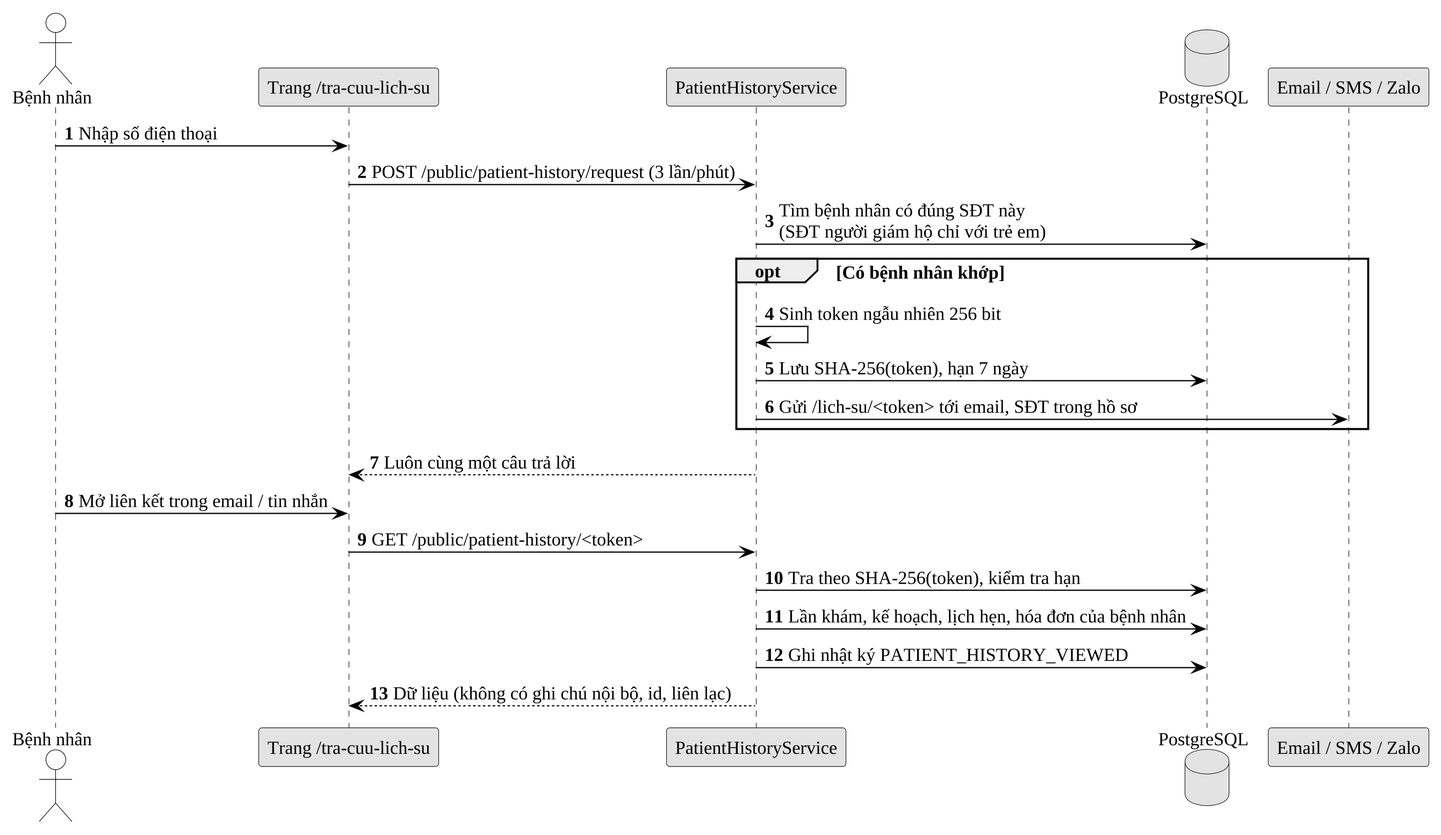
The PlantUML diagram docs/10_Thesis/bao-cao/hinh/3-12-tuan-tu-tra-cuu-lich-su.png in Trantuan0310/dental-clinic-nestjs-react, before a commit. Its diagram source:
```plantuml
@startuml
!include _kieu.iuml
autonumber
actor "Bệnh nhân" as BN
participant "Trang /tra-cuu-lich-su" as FE
participant "PatientHistoryService" as SV
database "PostgreSQL" as DB
participant "Email / SMS / Zalo" as MS
BN -> FE : Nhập số điện thoại
FE -> SV : POST /public/patient-history/request (3 lần/phút)
SV -> DB : Tìm bệnh nhân có đúng SĐT này\n(SĐT người giám hộ chỉ với trẻ em)
opt Có bệnh nhân khớp
  SV -> SV : Sinh token ngẫu nhiên 256 bit
  SV -> DB : Lưu SHA-256(token), hạn 7 ngày
  SV -> MS : Gửi /lich-su/<token> tới email, SĐT trong hồ sơ
end
SV --> FE : Luôn cùng một câu trả lời
BN -> FE : Mở liên kết trong email / tin nhắn
FE -> SV : GET /public/patient-history/<token>
SV -> DB : Tra theo SHA-256(token), kiểm tra hạn
SV -> DB : Lần khám, kế hoạch, lịch hẹn, hóa đơn của bệnh nhân
SV -> DB : Ghi nhật ký PATIENT_HISTORY_VIEWED
SV --> FE : Dữ liệu (không có ghi chú nội bộ, id, liên lạc)
@enduml
```
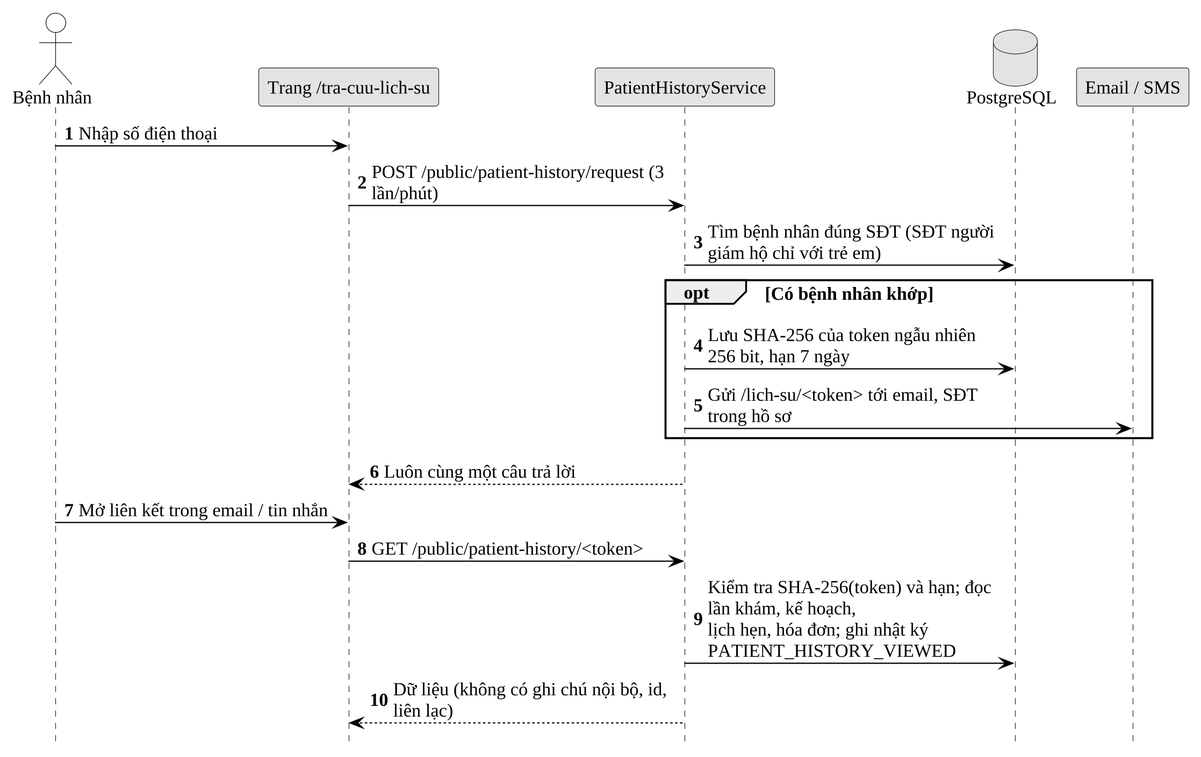
After the change.

The edit, as a diff of the source:
```diff
@@ -1,24 +1,23 @@
 @startuml
 !include _kieu.iuml
+skinparam wrapWidth 240
+hide footbox
 autonumber
 actor "Bệnh nhân" as BN
 participant "Trang /tra-cuu-lich-su" as FE
 participant "PatientHistoryService" as SV
 database "PostgreSQL" as DB
-participant "Email / SMS / Zalo" as MS
+participant "Email / SMS" as MS
 BN -> FE : Nhập số điện thoại
 FE -> SV : POST /public/patient-history/request (3 lần/phút)
-SV -> DB : Tìm bệnh nhân có đúng SĐT này\n(SĐT người giám hộ chỉ với trẻ em)
+SV -> DB : Tìm bệnh nhân đúng SĐT (SĐT người giám hộ chỉ với trẻ em)
 opt Có bệnh nhân khớp
-  SV -> SV : Sinh token ngẫu nhiên 256 bit
-  SV -> DB : Lưu SHA-256(token), hạn 7 ngày
+  SV -> DB : Lưu SHA-256 của token ngẫu nhiên 256 bit, hạn 7 ngày
   SV -> MS : Gửi /lich-su/<token> tới email, SĐT trong hồ sơ
 end
 SV --> FE : Luôn cùng một câu trả lời
 BN -> FE : Mở liên kết trong email / tin nhắn
 FE -> SV : GET /public/patient-history/<token>
-SV -> DB : Tra theo SHA-256(token), kiểm tra hạn
-SV -> DB : Lần khám, kế hoạch, lịch hẹn, hóa đơn của bệnh nhân
-SV -> DB : Ghi nhật ký PATIENT_HISTORY_VIEWED
+SV -> DB : Kiểm tra SHA-256(token) và hạn; đọc lần khám, kế hoạch,\nlịch hẹn, hóa đơn; ghi nhật ký PATIENT_HISTORY_VIEWED
 SV --> FE : Dữ liệu (không có ghi chú nội bộ, id, liên lạc)
 @enduml
```
